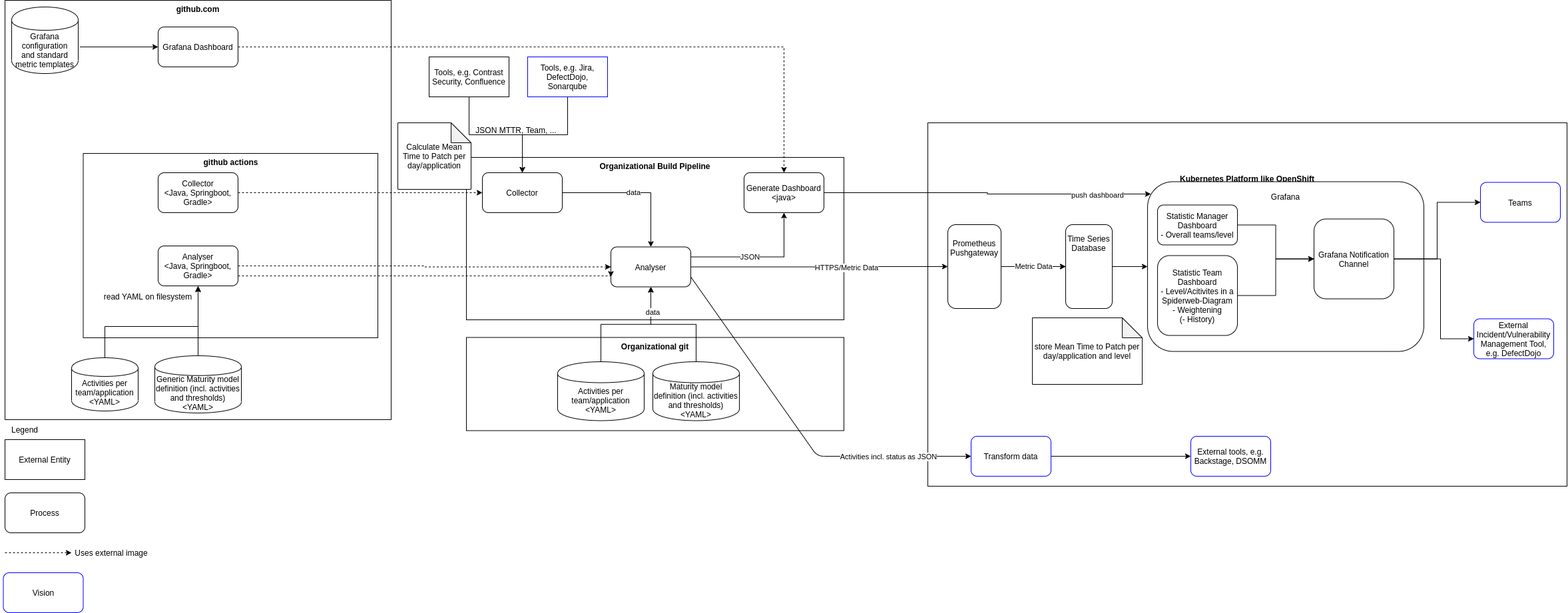
Before: docs/architecture.png, a diagram exported from draw.io (devsecopsmaturitymodel/metricCA). Source tidied: cells renumbered, new cells last; positions are measured from the earlier drawing's top-left corner, leaving out a move shared by most shapes.
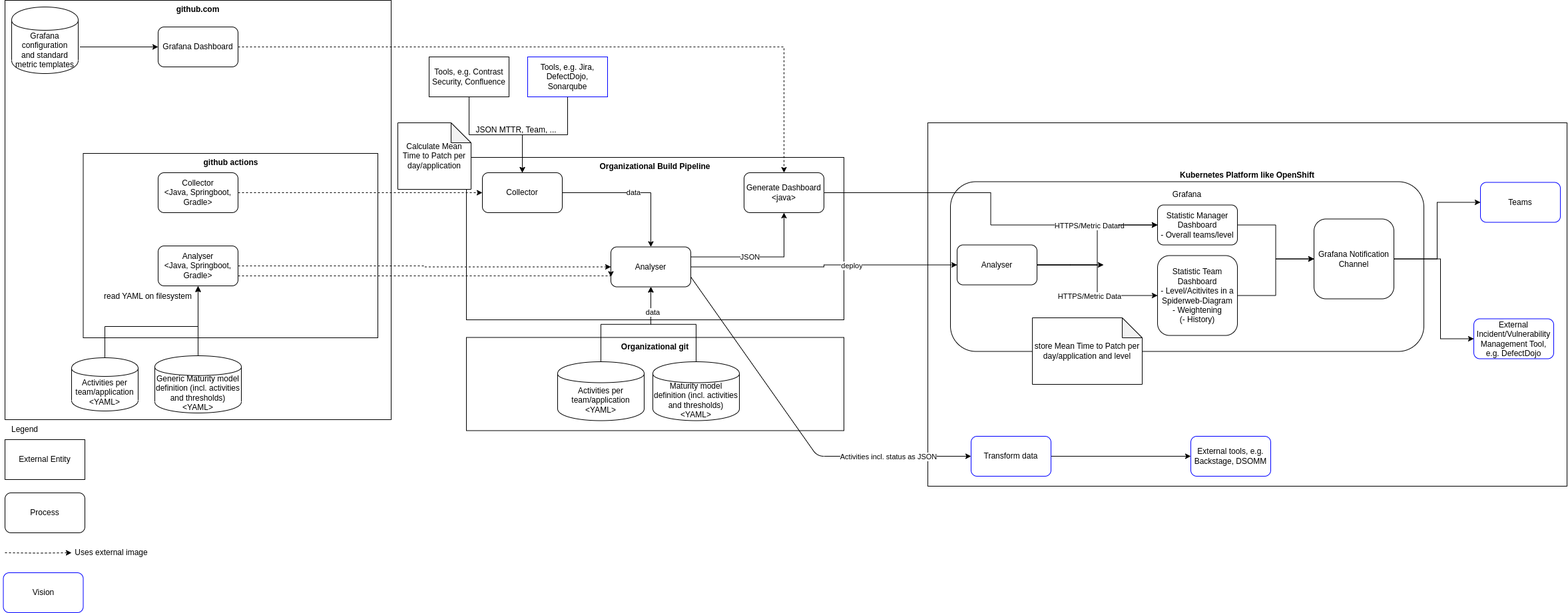
After the change.

Commit message:
feat: enhance architecture for API

What changed in the source:
```diff
@@ -41,7 +41,7 @@
       <mxGeometry x="2208" y="478.5" width="120" height="60" as="geometry" />
     </mxCell>
     <mxCell id="13" value="Grafana&lt;br&gt;&lt;br&gt;&lt;br&gt;&lt;br&gt;&lt;br&gt;&lt;br&gt;&lt;br&gt;&lt;br&gt;&lt;br&gt;&lt;br&gt;&lt;br&gt;&lt;br&gt;&lt;br&gt;&lt;br&gt;&lt;br&gt;&lt;br&gt;" style="rounded=1;whiteSpace=wrap;html=1;" parent="1" vertex="1">
-      <mxGeometry x="1718" y="272.5" width="415" height="255" as="geometry" />
+      <mxGeometry x="1422" y="272.5" width="711" height="255" as="geometry" />
     </mxCell>
     <mxCell id="14" style="edgeStyle=orthogonalEdgeStyle;rounded=0;jettySize=auto;html=1;" parent="1" edge="1" source="15" target="20">
       <mxGeometry relative="1" as="geometry" />
@@ -90,10 +90,10 @@
     <mxCell id="27" value="Collector" style="rounded=1;whiteSpace=wrap;html=1;" parent="1" vertex="1">
       <mxGeometry x="719" y="259" width="120" height="60" as="geometry" />
     </mxCell>
-    <mxCell id="28" style="edgeStyle=orthogonalEdgeStyle;rounded=0;jettySize=auto;html=1;" parent="1" edge="1" source="34" target="33">
+    <mxCell id="28" style="edgeStyle=orthogonalEdgeStyle;rounded=0;jettySize=auto;html=1;" parent="1" edge="1" source="34" target="68">
       <mxGeometry relative="1" as="geometry" />
     </mxCell>
-    <mxCell id="29" value="HTTPS/Metric Data" style="edgeLabel;html=1;align=center;verticalAlign=middle;" parent="28" vertex="1">
+    <mxCell id="29" value="deploy" style="edgeLabel;html=1;align=center;verticalAlign=middle;" parent="28" vertex="1">
       <mxGeometry x="0.36" y="-1" relative="1" as="geometry">
         <mxPoint x="-30" as="offset" />
       </mxGeometry>
@@ -101,24 +101,9 @@
     <mxCell id="30" value="data" style="edgeStyle=orthogonalEdgeStyle;rounded=0;jettySize=auto;html=1;" parent="1" edge="1" source="58" target="34">
       <mxGeometry x="0.59" y="-3" relative="1" as="geometry" />
     </mxCell>
-    <mxCell id="31" style="edgeStyle=orthogonalEdgeStyle;rounded=0;jettySize=auto;html=1;" parent="1" edge="1" source="33" target="36">
-      <mxGeometry relative="1" as="geometry" />
-    </mxCell>
-    <mxCell id="32" value="Metric Data" style="edgeStyle=orthogonalEdgeStyle;rounded=0;jettySize=auto;html=1;dashed=1;dashPattern=1 1;" parent="1" edge="1" source="33" target="36">
-      <mxGeometry relative="1" as="geometry" />
-    </mxCell>
-    <mxCell id="33" value="Prometheus Pushgateway&lt;br&gt;&lt;br&gt;&lt;br&gt;&lt;br&gt;&lt;br&gt;" style="rounded=1;whiteSpace=wrap;html=1;" parent="1" vertex="1">
-      <mxGeometry x="1418" y="337" width="80" height="126" as="geometry" />
-    </mxCell>
     <mxCell id="34" value="Analyser" style="rounded=1;whiteSpace=wrap;html=1;" parent="1" vertex="1">
       <mxGeometry x="912" y="370.5" width="120" height="60" as="geometry" />
     </mxCell>
-    <mxCell id="35" style="edgeStyle=orthogonalEdgeStyle;rounded=0;jettySize=auto;html=1;" parent="1" edge="1" source="36" target="13">
-      <mxGeometry relative="1" as="geometry" />
-    </mxCell>
-    <mxCell id="36" value="Time Series Database&lt;br&gt;&lt;br&gt;&lt;br&gt;&lt;br&gt;&lt;br&gt;&lt;br&gt;" style="rounded=1;whiteSpace=wrap;html=1;" parent="1" vertex="1">
-      <mxGeometry x="1595" y="337" width="70" height="126" as="geometry" />
-    </mxCell>
     <mxCell id="37" value="Teams" style="rounded=1;whiteSpace=wrap;html=1;strokeColor=#0000FF;" parent="1" vertex="1">
       <mxGeometry x="2218" y="273.5" width="120" height="60" as="geometry" />
     </mxCell>
@@ -153,10 +138,8 @@
     <mxCell id="45" value="store Mean Time to Patch per day/application and level" style="shape=note;whiteSpace=wrap;html=1;backgroundOutline=1;darkOpacity=0.05;" parent="1" vertex="1">
       <mxGeometry x="1545" y="477" width="165" height="100" as="geometry" />
     </mxCell>
-    <mxCell id="46" style="edgeStyle=orthogonalEdgeStyle;rounded=0;jettySize=auto;html=1;" parent="1" edge="1" source="48">
-      <mxGeometry relative="1" as="geometry">
-        <mxPoint x="1723" y="291" as="targetPoint" />
-      </mxGeometry>
+    <mxCell id="46" style="edgeStyle=orthogonalEdgeStyle;rounded=0;jettySize=auto;html=1;" parent="1" edge="1" source="48" target="17">
+      <mxGeometry relative="1" as="geometry" />
     </mxCell>
     <mxCell id="47" value="push dashboard" style="edgeLabel;html=1;align=center;verticalAlign=middle;" parent="46" vertex="1">
       <mxGeometry x="0.67" y="-4" relative="1" as="geometry">
@@ -228,5 +211,29 @@
     <mxCell id="66" value="Vision" style="rounded=1;whiteSpace=wrap;html=1;strokeColor=#0000FF;" parent="1" vertex="1">
       <mxGeometry x="-0.5" y="860" width="120" height="60" as="geometry" />
     </mxCell>
+    <mxCell id="67" style="edgeStyle=orthogonalEdgeStyle;rounded=0;jettySize=auto;html=1;" parent="1" edge="1" source="68">
+      <mxGeometry relative="1" as="geometry">
+        <mxPoint x="1652" y="397.5" as="targetPoint" />
+      </mxGeometry>
+    </mxCell>
+    <mxCell id="68" value="Analyser" style="rounded=1;whiteSpace=wrap;html=1;" parent="1" vertex="1">
+      <mxGeometry x="1432" y="367.5" width="120" height="60" as="geometry" />
+    </mxCell>
+    <mxCell id="69" style="edgeStyle=orthogonalEdgeStyle;rounded=0;jettySize=auto;html=1;exitX=1;exitY=0.5;exitDx=0;exitDy=0;" parent="1" edge="1" source="68" target="15">
+      <mxGeometry relative="1" as="geometry" />
+    </mxCell>
+    <mxCell id="70" value="HTTPS/Metric Data" style="edgeLabel;html=1;align=center;verticalAlign=middle;" parent="69" vertex="1">
+      <mxGeometry x="0.36" y="-1" relative="1" as="geometry">
+        <mxPoint x="-30" as="offset" />
+      </mxGeometry>
+    </mxCell>
+    <mxCell id="71" style="edgeStyle=orthogonalEdgeStyle;rounded=0;jettySize=auto;html=1;exitX=1;exitY=0.5;exitDx=0;exitDy=0;entryX=0;entryY=0.5;entryDx=0;entryDy=0;" parent="1" edge="1" source="68" target="17">
+      <mxGeometry relative="1" as="geometry" />
+    </mxCell>
+    <mxCell id="72" value="HTTPS/Metric Data" style="edgeLabel;html=1;align=center;verticalAlign=middle;" parent="71" vertex="1">
+      <mxGeometry x="0.36" y="-1" relative="1" as="geometry">
+        <mxPoint x="-30" as="offset" />
+      </mxGeometry>
+    </mxCell>
   </root>
 </mxGraphModel>
```
